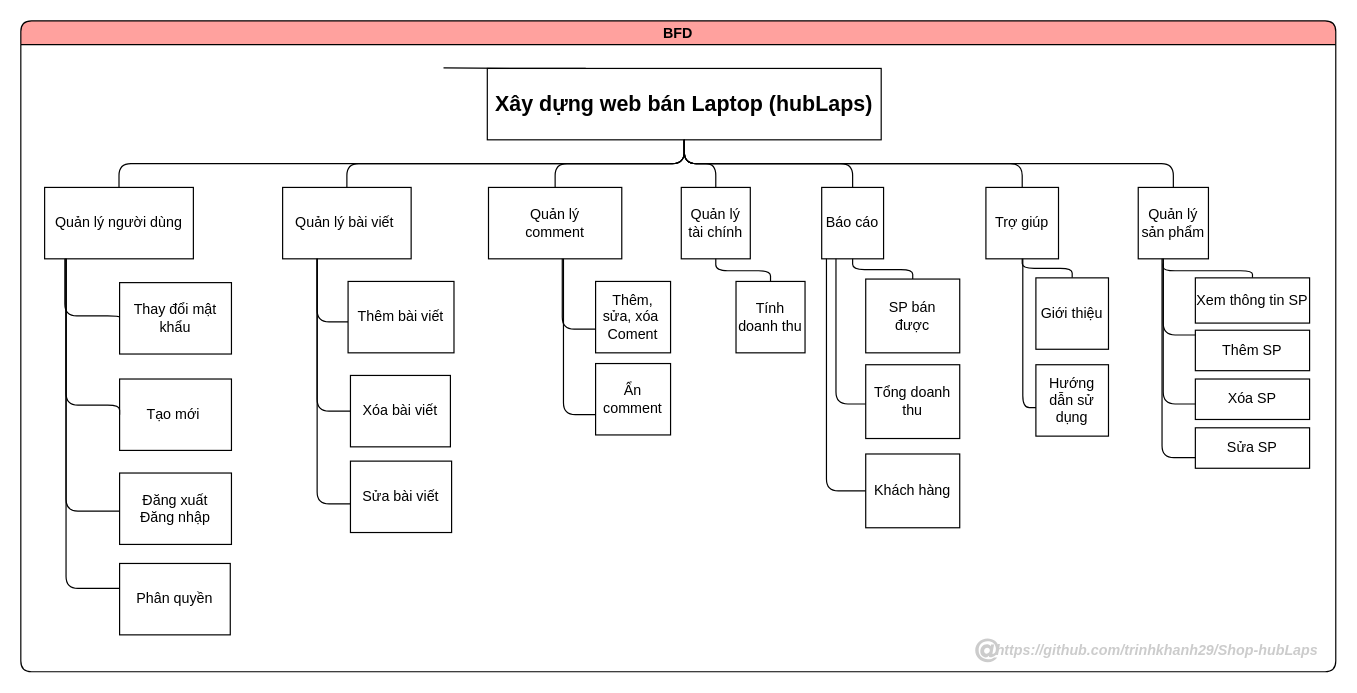
Above: page "Sơ đồ BFD" (2 of 5) of shop-hubLaps.drawio in trinhkhanh29/Shop-hubLaps (draw.io), before the change. Source tidied: cells renumbered, new cells numbered last; positions are measured from the earlier drawing's top-left corner, leaving out a move shared by most shapes. Both pictures are drawn from the tidied source at 119%, with x=0, y=0 at pixel (20, 20).
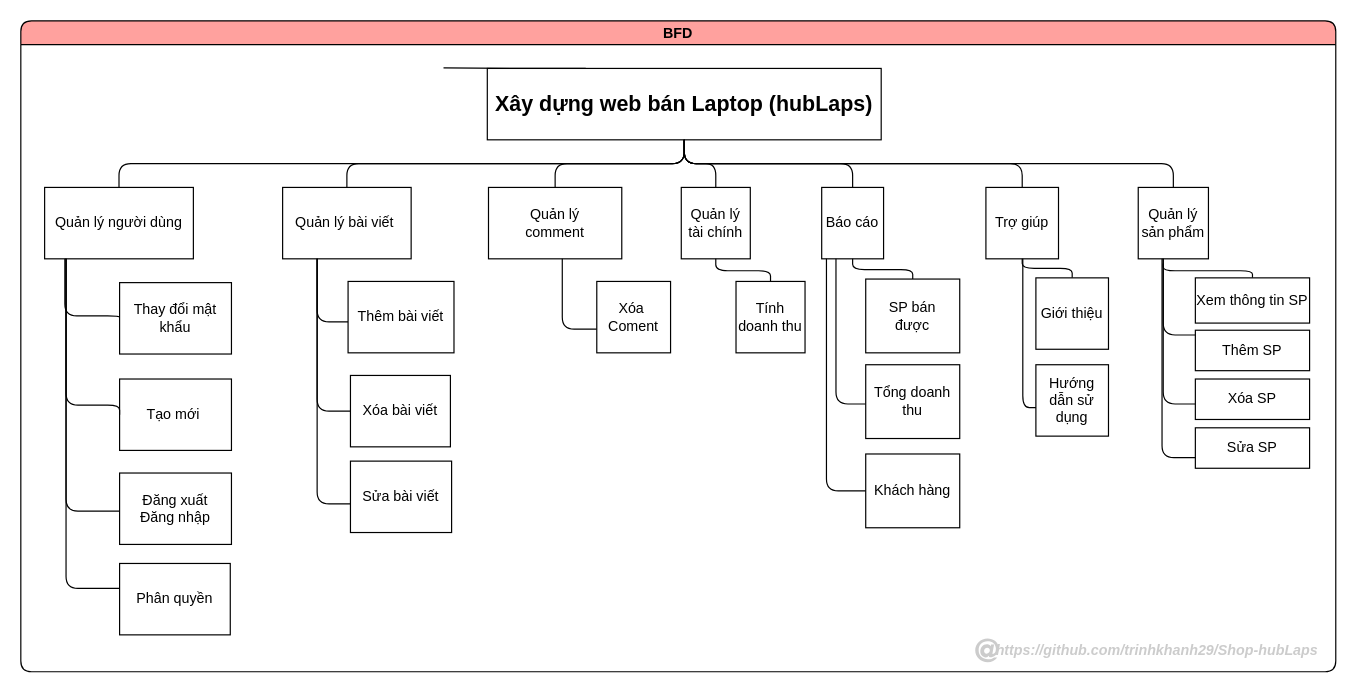
The same page after the edit.

Unchanged cells that the change refers to:
```xml
<mxCell id="2" value="BFD" style="swimlane;startSize=20;horizontal=1;containerType=tree;newEdgeStyle={&quot;edgeStyle&quot;:&quot;elbowEdgeStyle&quot;,&quot;startArrow&quot;:&quot;none&quot;,&quot;endArrow&quot;:&quot;none&quot;};gradientColor=none;rounded=1;fillColor=#FFA19E;" parent="1" vertex="1">
  <mxGeometry width="1105" height="547" as="geometry" />
</mxCell>
<mxCell id="9" value="Quản lý&lt;div&gt;comment&lt;/div&gt;" style="whiteSpace=wrap;html=1;align=center;verticalAlign=middle;newEdgeStyle={&quot;edgeStyle&quot;:&quot;elbowEdgeStyle&quot;,&quot;startArrow&quot;:&quot;none&quot;,&quot;endArrow&quot;:&quot;none&quot;};" parent="2" vertex="1">
  <mxGeometry x="393" y="140" width="112" height="60" as="geometry" />
</mxCell>
```

Change to the diagram source:
```diff
@@
-    <mxCell id="34" value="Thêm, sửa, xóa&amp;nbsp;&lt;div&gt;Coment&lt;/div&gt;" style="whiteSpace=wrap;html=1;align=center;verticalAlign=middle;newEdgeStyle={&quot;edgeStyle&quot;:&quot;elbowEdgeStyle&quot;,&quot;startArrow&quot;:&quot;none&quot;,&quot;endArrow&quot;:&quot;none&quot;};" parent="2" vertex="1">
-      <mxGeometry x="483" y="219" width="63" height="60" as="geometry" />
+    <mxCell id="34" value="Xóa&amp;nbsp;&lt;div&gt;Coment&lt;/div&gt;" style="whiteSpace=wrap;html=1;align=center;verticalAlign=middle;newEdgeStyle={&quot;edgeStyle&quot;:&quot;elbowEdgeStyle&quot;,&quot;startArrow&quot;:&quot;none&quot;,&quot;endArrow&quot;:&quot;none&quot;};" parent="2" vertex="1">
+      <mxGeometry x="484" y="219" width="62" height="60" as="geometry" />
     </mxCell>
-    <mxCell id="35" value="Ẩn comment" style="whiteSpace=wrap;html=1;align=center;verticalAlign=middle;newEdgeStyle={&quot;edgeStyle&quot;:&quot;elbowEdgeStyle&quot;,&quot;startArrow&quot;:&quot;none&quot;,&quot;endArrow&quot;:&quot;none&quot;};" parent="2" vertex="1">
-      <mxGeometry x="483" y="288" width="63" height="60" as="geometry" />
-    </mxCell>
-    <mxCell id="36" style="edgeStyle=elbowEdgeStyle;elbow=vertical;sourcePerimeterSpacing=0;targetPerimeterSpacing=0;startArrow=none;endArrow=none;rounded=1;curved=0;" parent="2" edge="1" source="9" target="35">
-      <mxGeometry relative="1" as="geometry">
-        <Array as="points">
-          <mxPoint x="456" y="331" />
-        </Array>
-      </mxGeometry>
-    </mxCell>
```
